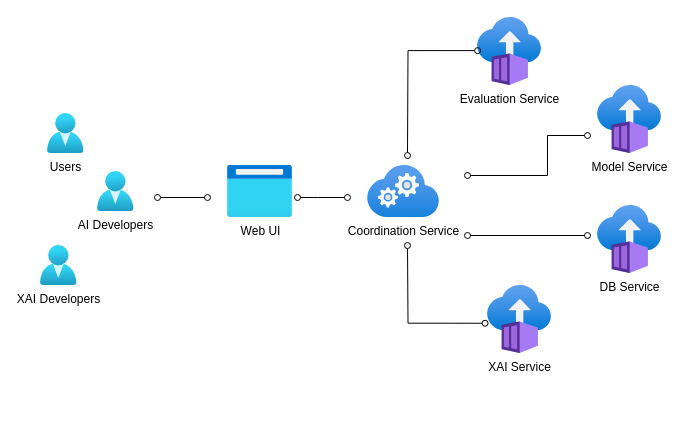
The draw.io diagram page "sys context arch" (3 of 14) of Documents/Diagrams.drawio in ZeruiW/XAI-Service, before the edit. Source tidied: cells renumbered, new cells numbered last; positions are measured from the earlier drawing's top-left corner, leaving out a move shared by most shapes. Both pictures are drawn from the tidied source at 100%, with x=0, y=0 at pixel (40, 17). Pictures stored in the file or linked from it are replaced by grey dashed boxes.
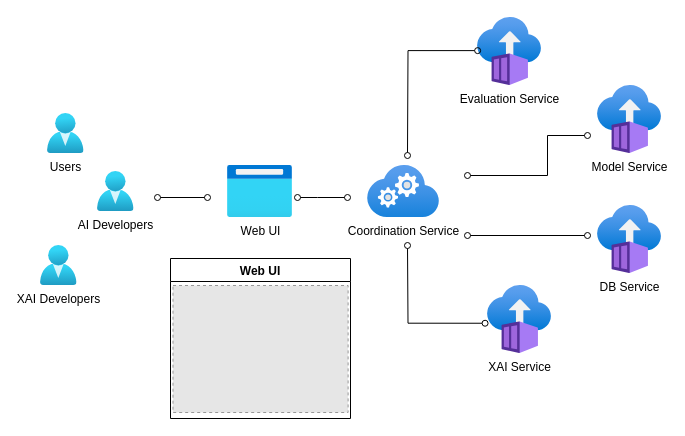
Above is the later version.

Change to the diagram source:
```diff
@@
+    <mxCell id="17" value="Web UI" style="swimlane;" parent="1" vertex="1">
+      <mxGeometry x="130" y="241" width="180" height="160" as="geometry" />
+    </mxCell>
+    <mxCell id="18" style="fillColor=#E6E6E6;strokeColor=#999999;dashed=1;verticalLabelPosition=bottom;labelBackgroundColor=#ffffff;verticalAlign=top;" parent="17" vertex="1">
+      <mxGeometry x="2.5" y="27" width="175.1" height="127" as="geometry" />
+    </mxCell>
```
